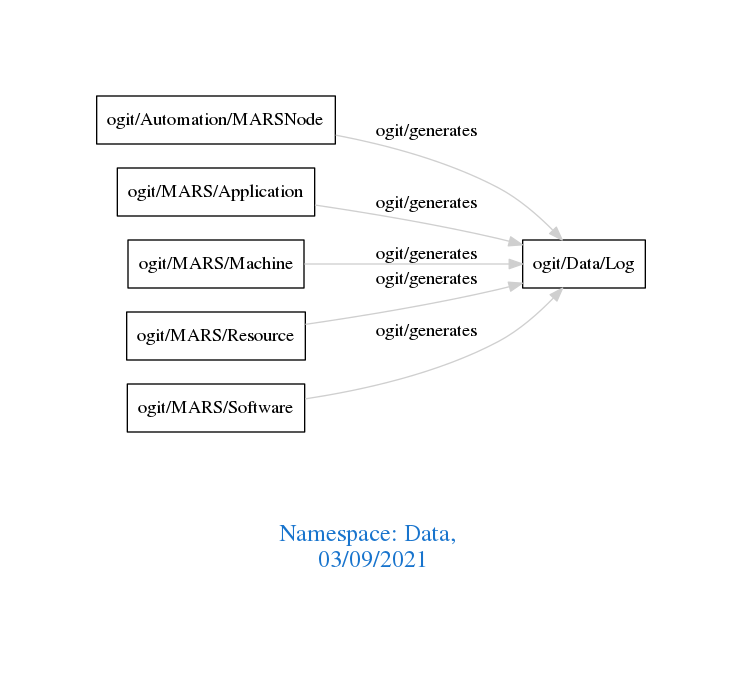
This is downloads/Data.png from arago/OGIT, a Graphviz export, as it was before one commit. Its source is kept beside it as downloads/Data.dot.
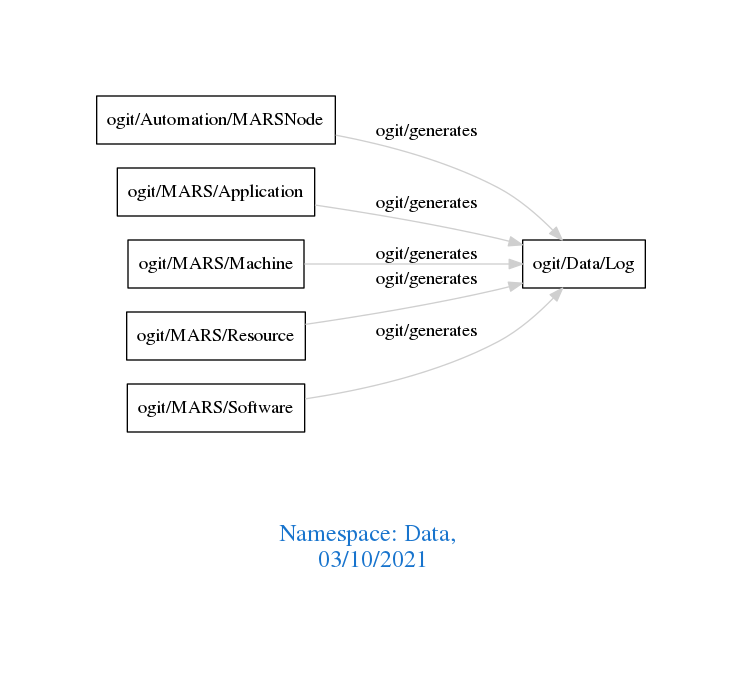
The same diagram one commit later.

What changed in the source:
```diff
@@ -1,7 +1,7 @@
 digraph OGIT_ontology {
  graph [ rankdir= LR,pad=1
 fontsize = 18,
-fontcolor= dodgerblue3,label = "\n\n\nNamespace: Data, \n 03/09/2021"];
+fontcolor= dodgerblue3,label = "\n\n\nNamespace: Data, \n 03/10/2021"];
 node[shape=polygon];
 edge [  color="gray81"];
 
```
